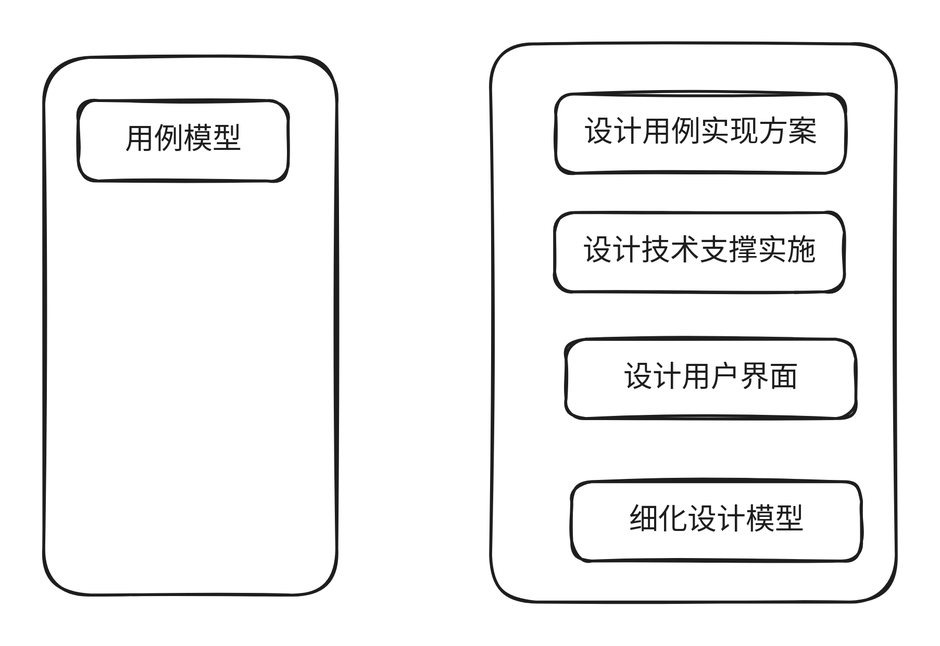
Above: .gitbook/assets/file.excalidraw (2).svg in xiaotaonan/SystemArchitect (Excalidraw), before the change. Source tidied: one line per element, renumbered; positions are measured from the earlier drawing's top-left corner, leaving out a move shared by most shapes.
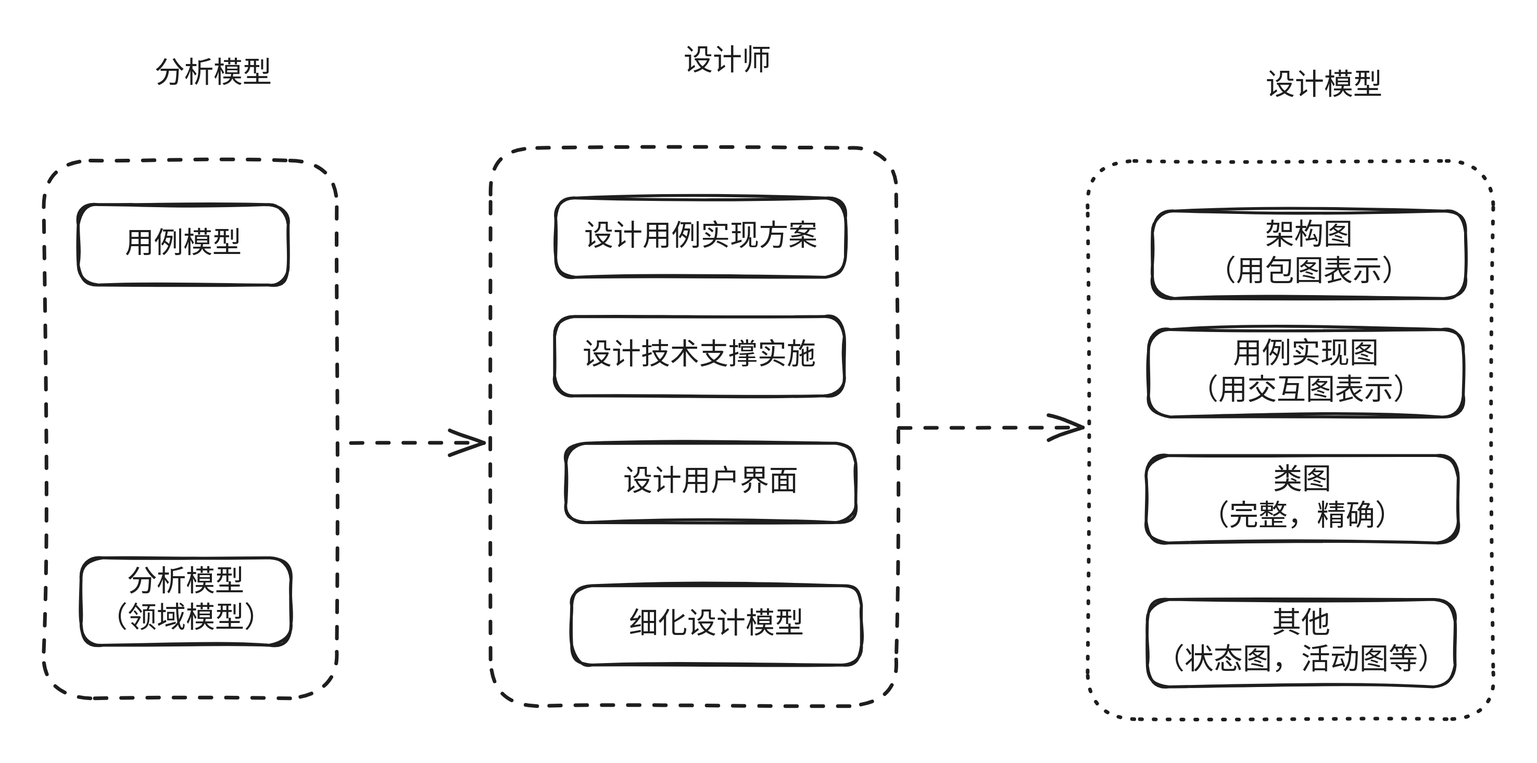
Later version of the same file.

Commit message:
GITBOOK-69: No subject

The edit, as a diff of the source:
```diff
@@ -8,5 +8,21 @@
 {"id": 7, "type": "text", "text": "设计用户界面", "strokeColor": "#1e1e1e", "strokeWidth": 2, "roughness": 1, "fontSize": 20, "fontFamily": 5, "textAlign": "center", "verticalAlign": "middle", "inside": 6, "x": 398, "y": 217, "width": 120, "height": 25}
 {"id": 8, "type": "rectangle", "strokeColor": "#1e1e1e", "strokeWidth": 2, "roughness": 1, "round": true, "x": 362, "y": 300, "width": 199, "height": 54}
 {"id": 9, "type": "text", "text": "细化设计模型", "strokeColor": "#1e1e1e", "strokeWidth": 2, "roughness": 1, "fontSize": 20, "fontFamily": 5, "textAlign": "center", "verticalAlign": "middle", "inside": 8, "x": 402, "y": 315, "width": 120, "height": 25}
-{"id": 10, "type": "rectangle", "strokeColor": "#1e1e1e", "strokeWidth": 2, "roughness": 1, "round": true, "x": 0, "y": 9, "width": 201, "height": 369}
+{"id": 10, "type": "rectangle", "strokeColor": "#1e1e1e", "strokeWidth": 2, "strokeStyle": "dashed", "roughness": 1, "round": true, "x": 0, "y": 9, "width": 201, "height": 369}
-{"id": 11, "type": "rectangle", "strokeColor": "#1e1e1e", "strokeWidth": 2, "roughness": 1, "round": true, "x": 307, "y": 0, "width": 278, "height": 383}
+{"id": 11, "type": "rectangle", "strokeColor": "#1e1e1e", "strokeWidth": 2, "strokeStyle": "dashed", "roughness": 1, "round": true, "x": 307, "y": 0, "width": 278, "height": 383}
+{"id": 12, "type": "rectangle", "strokeColor": "#1e1e1e", "strokeWidth": 2, "roughness": 1, "round": true, "x": 26, "y": 281, "width": 144, "height": 60}
+{"id": 13, "type": "text", "text": "分析模型\n（领域模型）", "strokeColor": "#1e1e1e", "strokeWidth": 2, "roughness": 1, "fontSize": 20, "fontFamily": 5, "textAlign": "center", "verticalAlign": "middle", "inside": 12, "x": 38, "y": 286, "width": 120, "height": 50}
+{"id": 14, "type": "rectangle", "strokeColor": "#1e1e1e", "strokeWidth": 2, "roughness": 1, "round": true, "x": 761, "y": 43, "width": 215, "height": 60}
+{"id": 15, "type": "text", "text": "架构图\n（用包图表示）", "strokeColor": "#1e1e1e", "strokeWidth": 2, "roughness": 1, "fontSize": 20, "fontFamily": 5, "textAlign": "center", "verticalAlign": "middle", "inside": 14, "x": 798, "y": 48, "width": 140, "height": 50}
+{"id": 16, "type": "rectangle", "strokeColor": "#1e1e1e", "strokeWidth": 2, "roughness": 1, "round": true, "x": 758, "y": 125, "width": 216, "height": 60}
+{"id": 17, "type": "text", "text": "用例实现图\n（用交互图表示）", "strokeColor": "#1e1e1e", "strokeWidth": 2, "roughness": 1, "fontSize": 20, "fontFamily": 5, "textAlign": "center", "verticalAlign": "middle", "inside": 16, "x": 786, "y": 130, "width": 160, "height": 50}
+{"id": 18, "type": "rectangle", "strokeColor": "#1e1e1e", "strokeWidth": 2, "roughness": 1, "round": true, "x": 756, "y": 211, "width": 214, "height": 60}
+{"id": 19, "type": "text", "text": "类图\n（完整，精确）", "strokeColor": "#1e1e1e", "strokeWidth": 2, "roughness": 1, "fontSize": 20, "fontFamily": 5, "textAlign": "center", "verticalAlign": "middle", "inside": 18, "x": 793, "y": 216, "width": 140, "height": 50}
+{"id": 20, "type": "rectangle", "strokeColor": "#1e1e1e", "strokeWidth": 2, "roughness": 1, "round": true, "x": 757, "y": 310, "width": 211, "height": 60}
+{"id": 21, "type": "text", "text": "其他\n（状态图，活动图等）", "strokeColor": "#1e1e1e", "strokeWidth": 2, "roughness": 1, "fontSize": 20, "fontFamily": 5, "textAlign": "center", "verticalAlign": "middle", "inside": 20, "x": 763, "y": 315, "width": 200, "height": 50}
+{"id": 22, "type": "rectangle", "strokeColor": "#1e1e1e", "strokeWidth": 2, "strokeStyle": "dotted", "roughness": 1, "round": true, "x": 716, "y": 9, "width": 278, "height": 383}
+{"id": 23, "type": "text", "text": "设计师", "strokeColor": "#1e1e1e", "strokeWidth": 2, "roughness": 1, "fontSize": 20, "fontFamily": 5, "x": 439, "y": -71, "width": 60, "height": 25}
+{"id": 24, "type": "text", "text": "设计模型", "strokeColor": "#1e1e1e", "strokeWidth": 2, "strokeStyle": "dotted", "roughness": 1, "fontSize": 20, "fontFamily": 5, "x": 838, "y": -54, "width": 80, "height": 25}
+{"id": 25, "type": "text", "text": "分析模型", "strokeColor": "#1e1e1e", "strokeWidth": 2, "roughness": 1, "fontSize": 20, "fontFamily": 5, "x": 76, "y": -63, "width": 80, "height": 25}
+{"id": 26, "type": "arrow", "strokeColor": "#1e1e1e", "strokeWidth": 2, "strokeStyle": "dashed", "roughness": 1, "endArrowhead": "arrow", "round": true, "from": 10, "to": 11, "x": 210, "y": 203, "width": 92, "height": 1, "points": [[0, 0], [92, -1]]}
+{"id": 27, "type": "arrow", "strokeColor": "#1e1e1e", "strokeWidth": 2, "strokeStyle": "dashed", "roughness": 1, "endArrowhead": "arrow", "round": true, "from": 11, "to": 22, "x": 587, "y": 192, "width": 127, "height": 1, "points": [[0, 0], [127, -1]]}
```
